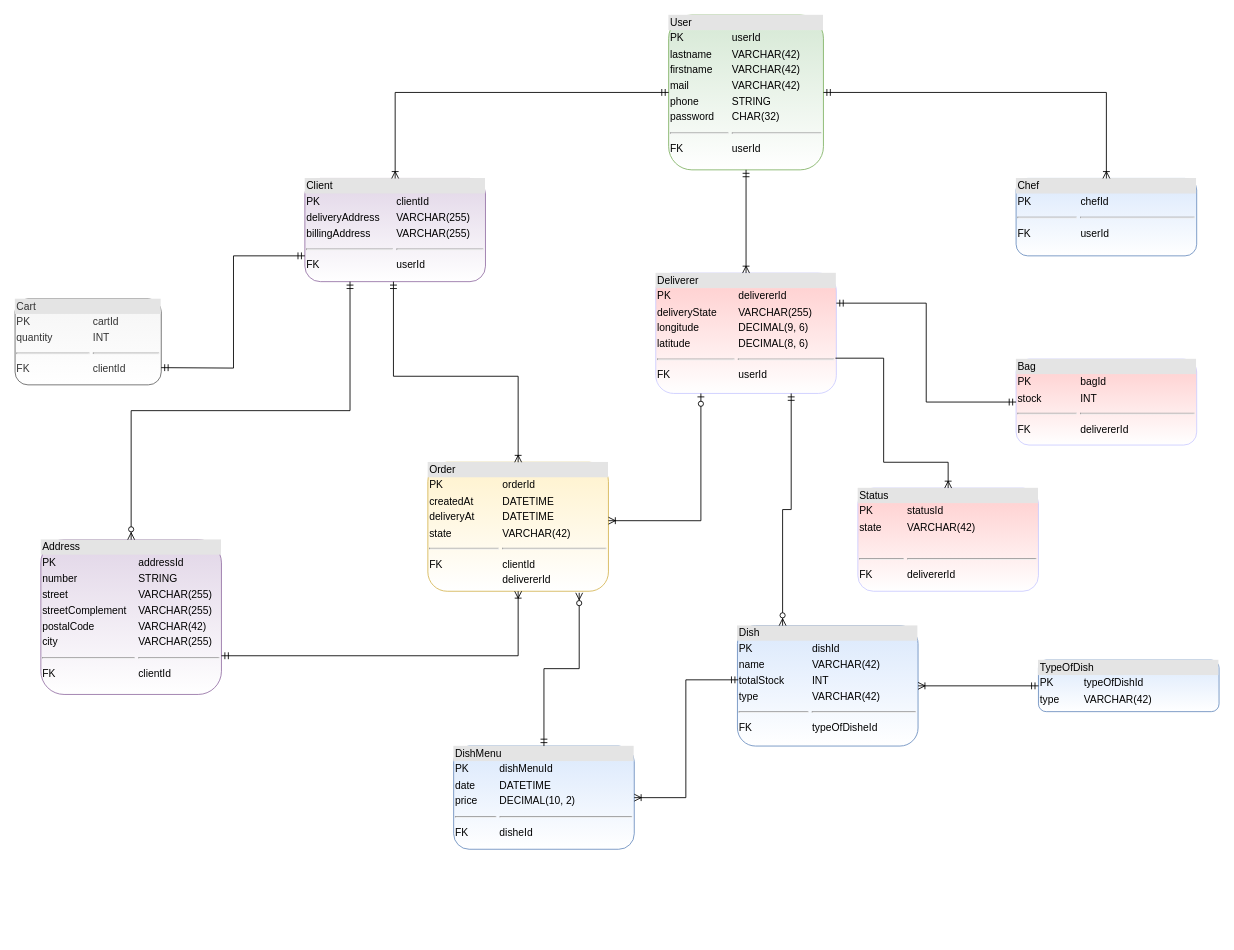
Earlier version of the draw.io diagram page "Modèle physique de données" (2 of 2) of Diagramme des classes.drawio (klaxurit/JuncaHugo_4_10122021). Source tidied: cells renumbered, new cells numbered last; positions are measured from the earlier drawing's top-left corner, leaving out a move shared by most shapes. Both pictures are drawn from the tidied source at 86%, with x=0, y=0 at pixel (15, 15).
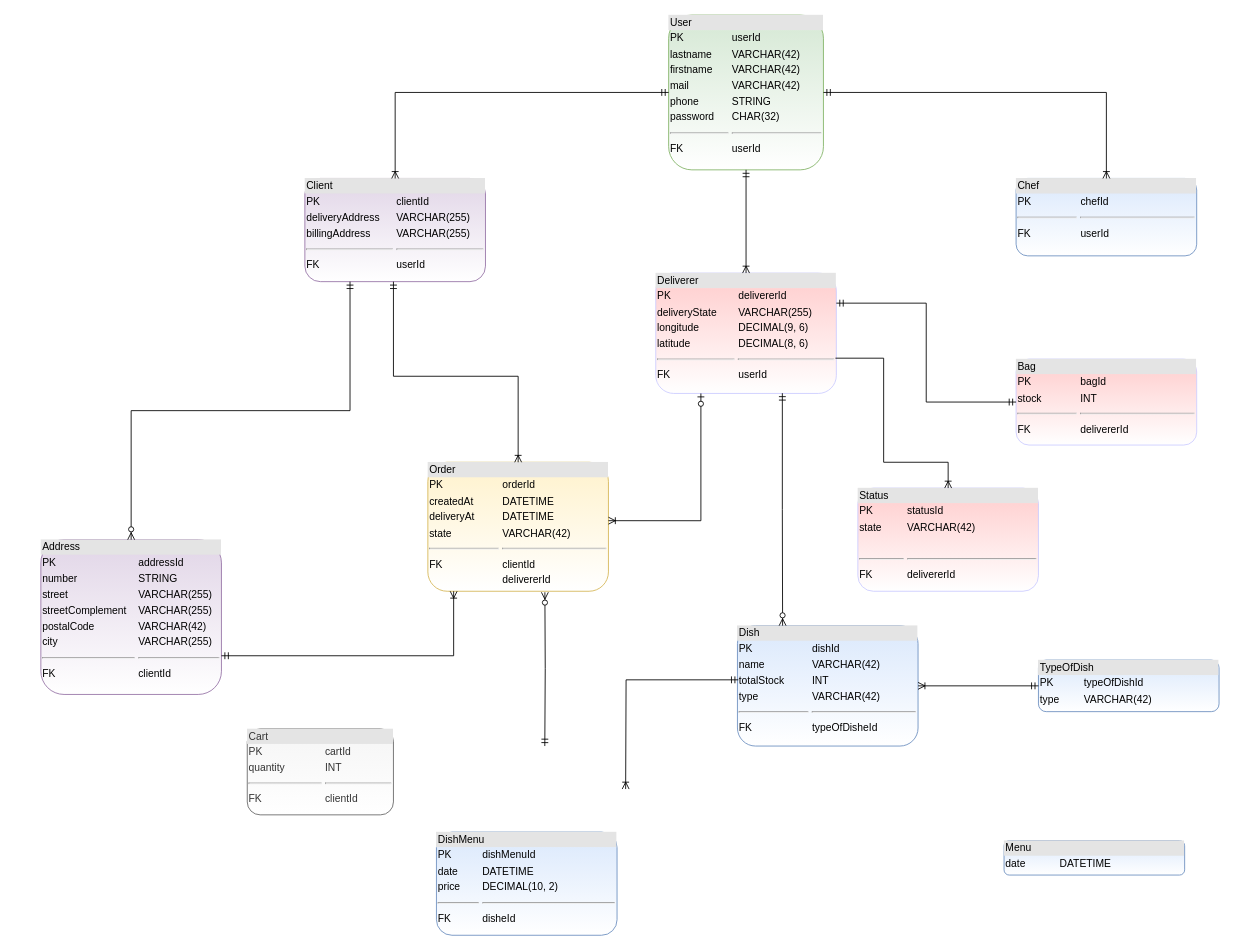
The same diagram, later.

Commit message (it also covers changes not shown here):
not finish

Unchanged cells that the change refers to:
```xml
<mxCell id="2" value="&lt;div style=&quot;box-sizing: border-box ; width: 100% ; background: #e4e4e4 ; padding: 2px&quot;&gt;Client&lt;/div&gt;&lt;table style=&quot;width: 100% ; font-size: 1em&quot; cellpadding=&quot;2&quot; cellspacing=&quot;0&quot;&gt;&lt;tbody&gt;&lt;tr&gt;&lt;td&gt;PK&lt;/td&gt;&lt;td&gt;clientId&lt;br&gt;&lt;/td&gt;&lt;/tr&gt;&lt;tr&gt;&lt;td&gt;deliveryAddress&lt;br&gt;&lt;/td&gt;&lt;td&gt;VARCHAR(255)&lt;/td&gt;&lt;/tr&gt;&lt;tr&gt;&lt;td&gt;billingAddress&lt;/td&gt;&lt;td&gt;VARCHAR(255)&lt;/td&gt;&lt;/tr&gt;&lt;tr&gt;&lt;td&gt;&lt;hr&gt;&lt;/td&gt;&lt;td&gt;&lt;hr&gt;&lt;/td&gt;&lt;/tr&gt;&lt;tr&gt;&lt;td&gt;FK&lt;/td&gt;&lt;td&gt;userId&lt;/td&gt;&lt;/tr&gt;&lt;tr&gt;&lt;td&gt;&lt;/td&gt;&lt;td&gt;&lt;br&gt;&lt;/td&gt;&lt;/tr&gt;&lt;/tbody&gt;&lt;/table&gt;" style="verticalAlign=top;align=left;overflow=fill;html=1;fillColor=#e1d5e7;strokeColor=#9673a6;shadow=0;sketch=0;glass=0;rounded=1;gradientColor=#ffffff;" parent="1" vertex="1">
  <mxGeometry x="337" y="190" width="210" height="120" as="geometry" />
</mxCell>
<mxCell id="4" value="&lt;div style=&quot;box-sizing: border-box ; width: 100% ; background: #e4e4e4 ; padding: 2px&quot;&gt;Deliverer&lt;/div&gt;&lt;table style=&quot;width: 100% ; font-size: 1em&quot; cellpadding=&quot;2&quot; cellspacing=&quot;0&quot;&gt;&lt;tbody&gt;&lt;tr&gt;&lt;td&gt;PK&lt;/td&gt;&lt;td&gt;delivererId&lt;/td&gt;&lt;/tr&gt;&lt;tr&gt;&lt;td&gt;deliveryState&lt;br&gt;&lt;/td&gt;&lt;td&gt;VARCHAR(255)&lt;/td&gt;&lt;/tr&gt;&lt;tr&gt;&lt;td&gt;longitude&lt;/td&gt;&lt;td&gt;DECIMAL(9, 6)&lt;/td&gt;&lt;/tr&gt;&lt;tr&gt;&lt;td&gt;latitude&lt;/td&gt;&lt;td&gt;DECIMAL(8, 6)&lt;/td&gt;&lt;/tr&gt;&lt;tr&gt;&lt;td&gt;&lt;hr&gt;&lt;/td&gt;&lt;td&gt;&lt;hr&gt;&lt;/td&gt;&lt;/tr&gt;&lt;tr&gt;&lt;td&gt;FK&lt;/td&gt;&lt;td&gt;userId&lt;/td&gt;&lt;/tr&gt;&lt;tr&gt;&lt;td&gt;&lt;/td&gt;&lt;td&gt;&lt;br&gt;&lt;/td&gt;&lt;/tr&gt;&lt;/tbody&gt;&lt;/table&gt;" style="verticalAlign=top;align=left;overflow=fill;html=1;fillColor=#FFCCCC;strokeColor=#CCCCFF;gradientColor=#ffffff;shadow=0;sketch=0;glass=0;rounded=1;" parent="1" vertex="1">
  <mxGeometry x="745" y="300" width="210" height="140" as="geometry" />
</mxCell>
<mxCell id="6" value="&lt;div style=&quot;box-sizing: border-box ; width: 100% ; background: #e4e4e4 ; padding: 2px&quot;&gt;Address&lt;/div&gt;&lt;table style=&quot;width: 100% ; font-size: 1em&quot; cellpadding=&quot;2&quot; cellspacing=&quot;0&quot;&gt;&lt;tbody&gt;&lt;tr&gt;&lt;td&gt;PK&lt;/td&gt;&lt;td&gt;addressId&lt;br&gt;&lt;/td&gt;&lt;/tr&gt;&lt;tr&gt;&lt;td&gt;number&lt;br&gt;&lt;/td&gt;&lt;td&gt;STRING&lt;/td&gt;&lt;/tr&gt;&lt;tr&gt;&lt;td&gt;street&lt;/td&gt;&lt;td&gt;VARCHAR(255)&lt;/td&gt;&lt;/tr&gt;&lt;tr&gt;&lt;td&gt;streetComplement&lt;/td&gt;&lt;td&gt;VARCHAR(255)&lt;/td&gt;&lt;/tr&gt;&lt;tr&gt;&lt;td&gt;postalCode&lt;/td&gt;&lt;td&gt;VARCHAR(42)&lt;/td&gt;&lt;/tr&gt;&lt;tr&gt;&lt;td&gt;city&lt;/td&gt;&lt;td&gt;VARCHAR(255)&lt;/td&gt;&lt;/tr&gt;&lt;tr&gt;&lt;td&gt;&lt;hr&gt;&lt;/td&gt;&lt;td&gt;&lt;hr&gt;&lt;/td&gt;&lt;/tr&gt;&lt;tr&gt;&lt;td&gt;FK&lt;/td&gt;&lt;td&gt;clientId&lt;/td&gt;&lt;/tr&gt;&lt;tr&gt;&lt;td&gt;&lt;/td&gt;&lt;td&gt;&lt;br&gt;&lt;/td&gt;&lt;/tr&gt;&lt;/tbody&gt;&lt;/table&gt;" style="verticalAlign=top;align=left;overflow=fill;html=1;fillColor=#e1d5e7;strokeColor=#9673a6;shadow=0;sketch=0;glass=0;rounded=1;gradientColor=#ffffff;" parent="1" vertex="1">
  <mxGeometry x="30" y="610" width="210" height="180" as="geometry" />
</mxCell>
<mxCell id="9" value="&lt;div style=&quot;box-sizing: border-box ; width: 100% ; background: #e4e4e4 ; padding: 2px&quot;&gt;Dish&lt;/div&gt;&lt;table style=&quot;width: 100% ; font-size: 1em&quot; cellpadding=&quot;2&quot; cellspacing=&quot;0&quot;&gt;&lt;tbody&gt;&lt;tr&gt;&lt;td&gt;PK&lt;/td&gt;&lt;td&gt;dishId&lt;/td&gt;&lt;/tr&gt;&lt;tr&gt;&lt;td&gt;name&lt;/td&gt;&lt;td&gt;VARCHAR(42)&lt;/td&gt;&lt;/tr&gt;&lt;tr&gt;&lt;td&gt;totalStock&lt;/td&gt;&lt;td&gt;INT&lt;/td&gt;&lt;/tr&gt;&lt;tr&gt;&lt;td&gt;type&lt;/td&gt;&lt;td&gt;VARCHAR(42)&lt;/td&gt;&lt;/tr&gt;&lt;tr&gt;&lt;td&gt;&lt;hr&gt;&lt;/td&gt;&lt;td&gt;&lt;hr&gt;&lt;/td&gt;&lt;/tr&gt;&lt;tr&gt;&lt;td&gt;FK&lt;/td&gt;&lt;td&gt;typeOfDisheId&lt;/td&gt;&lt;/tr&gt;&lt;tr&gt;&lt;td&gt;&lt;/td&gt;&lt;td&gt;&lt;br&gt;&lt;/td&gt;&lt;/tr&gt;&lt;/tbody&gt;&lt;/table&gt;" style="verticalAlign=top;align=left;overflow=fill;html=1;fillColor=#dae8fc;strokeColor=#6c8ebf;shadow=0;sketch=0;glass=0;rounded=1;gradientColor=#ffffff;" parent="1" vertex="1">
  <mxGeometry x="840" y="710" width="210" height="140" as="geometry" />
</mxCell>
<mxCell id="12" value="&lt;div style=&quot;box-sizing: border-box ; width: 100% ; background: #e4e4e4 ; padding: 2px&quot;&gt;Order&lt;/div&gt;&lt;table style=&quot;width: 100% ; font-size: 1em&quot; cellpadding=&quot;2&quot; cellspacing=&quot;0&quot;&gt;&lt;tbody&gt;&lt;tr&gt;&lt;td&gt;PK&lt;/td&gt;&lt;td&gt;orderId&lt;/td&gt;&lt;/tr&gt;&lt;tr&gt;&lt;td&gt;createdAt&lt;/td&gt;&lt;td&gt;DATETIME&lt;/td&gt;&lt;/tr&gt;&lt;tr&gt;&lt;td&gt;deliveryAt&lt;/td&gt;&lt;td&gt;DATETIME&lt;/td&gt;&lt;/tr&gt;&lt;tr&gt;&lt;td&gt;state&lt;/td&gt;&lt;td&gt;VARCHAR(42)&lt;/td&gt;&lt;/tr&gt;&lt;tr&gt;&lt;td&gt;&lt;hr&gt;&lt;/td&gt;&lt;td&gt;&lt;hr&gt;&lt;/td&gt;&lt;/tr&gt;&lt;tr&gt;&lt;td&gt;FK&lt;/td&gt;&lt;td&gt;clientId&lt;/td&gt;&lt;/tr&gt;&lt;tr&gt;&lt;td&gt;&lt;br&gt;&lt;/td&gt;&lt;td&gt;delivererId&lt;/td&gt;&lt;/tr&gt;&lt;tr&gt;&lt;td&gt;&lt;br&gt;&lt;/td&gt;&lt;td&gt;&lt;br&gt;&lt;/td&gt;&lt;/tr&gt;&lt;/tbody&gt;&lt;/table&gt;" style="verticalAlign=top;align=left;overflow=fill;html=1;fillColor=#fff2cc;strokeColor=#d6b656;shadow=0;sketch=0;glass=0;rounded=1;gradientColor=#ffffff;" parent="1" vertex="1">
  <mxGeometry x="480" y="520" width="210" height="150" as="geometry" />
</mxCell>
```

The edit, as a diff of the source:
```diff
@@
     <mxCell id="11" value="&lt;div style=&quot;box-sizing: border-box ; width: 100% ; background: #e4e4e4 ; padding: 2px&quot;&gt;DishMenu&lt;/div&gt;&lt;table style=&quot;width: 100% ; font-size: 1em&quot; cellpadding=&quot;2&quot; cellspacing=&quot;0&quot;&gt;&lt;tbody&gt;&lt;tr&gt;&lt;td&gt;PK&lt;/td&gt;&lt;td&gt;dishMenuId&lt;/td&gt;&lt;/tr&gt;&lt;tr&gt;&lt;td&gt;date&lt;/td&gt;&lt;td&gt;DATETIME&lt;/td&gt;&lt;/tr&gt;&lt;tr&gt;&lt;td&gt;price&lt;/td&gt;&lt;td&gt;DECIMAL(10, 2)&lt;/td&gt;&lt;/tr&gt;&lt;tr&gt;&lt;td&gt;&lt;hr&gt;&lt;/td&gt;&lt;td&gt;&lt;hr&gt;&lt;/td&gt;&lt;/tr&gt;&lt;tr&gt;&lt;td&gt;FK&lt;/td&gt;&lt;td&gt;disheId&lt;/td&gt;&lt;/tr&gt;&lt;/tbody&gt;&lt;/table&gt;" style="verticalAlign=top;align=left;overflow=fill;html=1;fillColor=#dae8fc;strokeColor=#6c8ebf;shadow=0;sketch=0;glass=0;rounded=1;gradientColor=#ffffff;" parent="1" vertex="1">
-      <mxGeometry x="510" y="850" width="210" height="120" as="geometry" />
+      <mxGeometry x="490" y="950" width="210" height="120" as="geometry" />
     </mxCell>
@@
     <mxCell id="13" value="&lt;div style=&quot;box-sizing: border-box ; width: 100% ; background: #e4e4e4 ; padding: 2px&quot;&gt;Cart&lt;/div&gt;&lt;table style=&quot;width: 100% ; font-size: 1em&quot; cellpadding=&quot;2&quot; cellspacing=&quot;0&quot;&gt;&lt;tbody&gt;&lt;tr&gt;&lt;td&gt;PK&lt;/td&gt;&lt;td&gt;cartId&lt;/td&gt;&lt;/tr&gt;&lt;tr&gt;&lt;td&gt;quantity&lt;/td&gt;&lt;td&gt;INT&lt;/td&gt;&lt;/tr&gt;&lt;tr&gt;&lt;td&gt;&lt;hr&gt;&lt;/td&gt;&lt;td&gt;&lt;hr&gt;&lt;/td&gt;&lt;/tr&gt;&lt;tr&gt;&lt;td&gt;FK&lt;/td&gt;&lt;td&gt;clientId&lt;/td&gt;&lt;/tr&gt;&lt;tr&gt;&lt;td&gt;&lt;br&gt;&lt;/td&gt;&lt;td&gt;&lt;br&gt;&lt;/td&gt;&lt;/tr&gt;&lt;tr&gt;&lt;td&gt;&lt;br&gt;&lt;/td&gt;&lt;td&gt;&lt;br&gt;&lt;/td&gt;&lt;/tr&gt;&lt;/tbody&gt;&lt;/table&gt;" style="verticalAlign=top;align=left;overflow=fill;html=1;shadow=0;sketch=0;glass=0;rounded=1;fillColor=#f5f5f5;fontColor=#333333;strokeColor=#666666;gradientColor=#ffffff;" parent="1" vertex="1">
-      <mxGeometry y="330" width="170" height="100" as="geometry" />
+      <mxGeometry x="270" y="830" width="170" height="100" as="geometry" />
     </mxCell>
@@
-    <mxCell id="21" style="edgeStyle=orthogonalEdgeStyle;fontSize=12;html=1;endArrow=ERoneToMany;startArrow=ERmandOne;rounded=0;entryX=0.5;entryY=1;entryDx=0;entryDy=0;exitX=1;exitY=0.75;exitDx=0;exitDy=0;" parent="1" edge="1" source="6" target="12">
+    <mxCell id="21" style="edgeStyle=orthogonalEdgeStyle;fontSize=12;html=1;endArrow=ERoneToMany;startArrow=ERmandOne;rounded=0;exitX=1;exitY=0.75;exitDx=0;exitDy=0;" parent="1" edge="1" source="6">
       <mxGeometry relative="1" as="geometry">
+        <mxPoint x="510" y="670" as="targetPoint" />
         <Array as="points">
-          <mxPoint x="585" y="745" />
+          <mxPoint x="510" y="745" />
+          <mxPoint x="510" y="670" />
         </Array>
       </mxGeometry>
     </mxCell>
-    <mxCell id="22" style="edgeStyle=orthogonalEdgeStyle;fontSize=12;html=1;endArrow=ERmandOne;startArrow=ERmandOne;rounded=0;entryX=0;entryY=0.75;entryDx=0;entryDy=0;" parent="1" edge="1" target="2">
-      <mxGeometry relative="1" as="geometry">
-        <mxPoint x="170" y="410" as="sourcePoint" />
-      </mxGeometry>
-    </mxCell>
@@
-    <mxCell id="24" style="edgeStyle=orthogonalEdgeStyle;fontSize=12;html=1;endArrow=ERoneToMany;startArrow=ERmandOne;rounded=0;exitX=0.005;exitY=0.45;exitDx=0;exitDy=0;exitPerimeter=0;entryX=1;entryY=0.5;entryDx=0;entryDy=0;" parent="1" edge="1" source="9" target="11">
-      <mxGeometry relative="1" as="geometry" />
+    <mxCell id="24" style="edgeStyle=orthogonalEdgeStyle;fontSize=12;html=1;endArrow=ERoneToMany;startArrow=ERmandOne;rounded=0;exitX=0.005;exitY=0.45;exitDx=0;exitDy=0;exitPerimeter=0;" parent="1" edge="1" source="9">
+      <mxGeometry relative="1" as="geometry">
+        <mxPoint x="710" y="900" as="targetPoint" />
+      </mxGeometry>
     </mxCell>
-    <mxCell id="25" style="edgeStyle=orthogonalEdgeStyle;fontSize=12;html=1;endArrow=ERzeroToMany;startArrow=ERmandOne;rounded=0;exitX=0.5;exitY=0;exitDx=0;exitDy=0;entryX=0.838;entryY=1.012;entryDx=0;entryDy=0;entryPerimeter=0;" parent="1" edge="1" source="11" target="12">
-      <mxGeometry relative="1" as="geometry" />
+    <mxCell id="25" style="edgeStyle=orthogonalEdgeStyle;fontSize=12;html=1;endArrow=ERzeroToMany;startArrow=ERmandOne;rounded=0;entryX=0.648;entryY=1.008;entryDx=0;entryDy=0;entryPerimeter=0;" parent="1" edge="1" target="12">
+      <mxGeometry relative="1" as="geometry">
+        <mxPoint x="616" y="850" as="sourcePoint" />
+      </mxGeometry>
     </mxCell>
@@
-    <mxCell id="27" style="edgeStyle=orthogonalEdgeStyle;fontSize=12;html=1;endArrow=ERzeroToMany;startArrow=ERmandOne;rounded=0;entryX=0.25;entryY=0;entryDx=0;entryDy=0;exitX=0.75;exitY=1;exitDx=0;exitDy=0;" parent="1" edge="1" source="4" target="9">
+    <mxCell id="27" style="edgeStyle=orthogonalEdgeStyle;fontSize=12;html=1;endArrow=ERzeroToMany;startArrow=ERmandOne;rounded=0;entryX=0.25;entryY=0;entryDx=0;entryDy=0;exitX=0.701;exitY=0.998;exitDx=0;exitDy=0;exitPerimeter=0;" parent="1" edge="1" source="4" target="9">
       <mxGeometry relative="1" as="geometry" />
     </mxCell>
+    <mxCell id="28" value="&lt;div style=&quot;box-sizing: border-box ; width: 100% ; background: #e4e4e4 ; padding: 2px&quot;&gt;Menu&lt;/div&gt;&lt;table style=&quot;width: 100% ; font-size: 1em&quot; cellpadding=&quot;2&quot; cellspacing=&quot;0&quot;&gt;&lt;tbody&gt;&lt;tr&gt;&lt;td&gt;date&lt;/td&gt;&lt;td&gt;DATETIME&lt;/td&gt;&lt;/tr&gt;&lt;/tbody&gt;&lt;/table&gt;" style="verticalAlign=top;align=left;overflow=fill;html=1;fillColor=#dae8fc;strokeColor=#6c8ebf;shadow=0;sketch=0;glass=0;rounded=1;gradientColor=#ffffff;" parent="1" vertex="1">
+      <mxGeometry x="1150" y="960" width="210" height="40" as="geometry" />
+    </mxCell>
```
